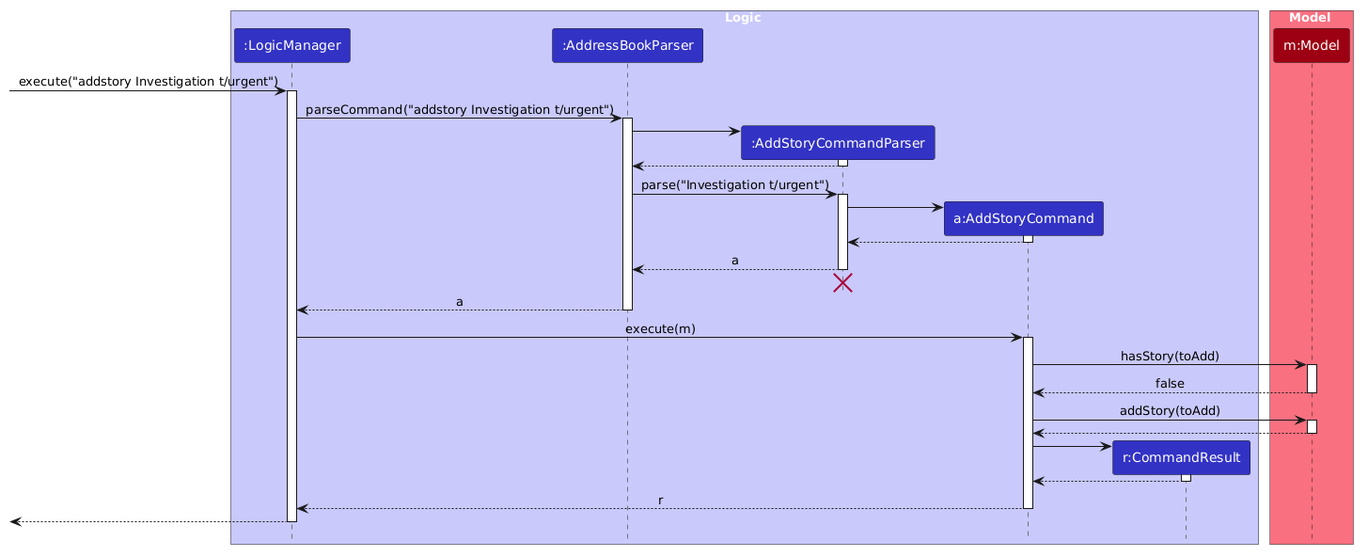
AY2627S1-CS2103T-T13-3/tp keeps this PlantUML diagram as docs/images/AddStorySequenceDiagram.png. Above is the earlier version. Source of this version:
```plantuml
@startuml



!define UI_COLOR #1D8900
!define UI_COLOR_T1 #83E769
!define UI_COLOR_T2 #3FC71B
!define UI_COLOR_T3 #166800
!define UI_COLOR_T4 #0E4100

!define LOGIC_COLOR #3333C4
!define LOGIC_COLOR_T1 #C8C8FA
!define LOGIC_COLOR_T2 #6A6ADC
!define LOGIC_COLOR_T3 #1616B0
!define LOGIC_COLOR_T4 #101086

!define MODEL_COLOR #9D0012
!define MODEL_COLOR_T1 #F97181
!define MODEL_COLOR_T2 #E41F36
!define MODEL_COLOR_T3 #7B000E
!define MODEL_COLOR_T4 #51000A

!define STORAGE_COLOR #A38300
!define STORAGE_COLOR_T1 #FFE374
!define STORAGE_COLOR_T2 #EDC520
!define STORAGE_COLOR_T3 #806600
!define STORAGE_COLOR_T2 #544400

!define USER_COLOR #000000

skinparam Package {
    BackgroundColor #FFFFFF
    BorderThickness 1
    FontSize 16
}

skinparam Class {
    FontColor #FFFFFF
    FontSize 15
    BorderThickness 1
    BorderColor #FFFFFF
    StereotypeFontColor #FFFFFF
    FontName Arial
}

skinparam Actor {
    BorderColor USER_COLOR
    Color USER_COLOR
    FontName Arial
}

skinparam Sequence {
    MessageAlign center
    BoxFontSize 15
    BoxPadding 0
    BoxFontColor #FFFFFF
    FontName Arial
}

skinparam Participant {
    FontColor #FFFFFFF
    Padding 20
}

skinparam ArrowFontStyle bold
skinparam MinClassWidth 50
<style>
sequenceDiagram {
    participant {
        Padding 10
    }
}
</style>
skinparam Shadowing false
skinparam DefaultTextAlignment center
skinparam packageStyle Rectangle

hide footbox
hide members
hide circle

skinparam ArrowFontStyle plain

box Logic LOGIC_COLOR_T1
participant ":LogicManager" as LogicManager LOGIC_COLOR
participant ":AddressBookParser" as AddressBookParser LOGIC_COLOR
participant ":AddStoryCommandParser" as AddStoryCommandParser LOGIC_COLOR
participant "a:AddStoryCommand" as AddStoryCommand LOGIC_COLOR
participant "r:CommandResult" as CommandResult LOGIC_COLOR
end box

box Model MODEL_COLOR_T1
participant "m:Model" as Model MODEL_COLOR
end box

[-> LogicManager : execute("addstory Investigation t/urgent")
activate LogicManager

LogicManager -> AddressBookParser : parseCommand("addstory Investigation t/urgent")
activate AddressBookParser

create AddStoryCommandParser
AddressBookParser -> AddStoryCommandParser
activate AddStoryCommandParser

AddStoryCommandParser --> AddressBookParser
deactivate AddStoryCommandParser

AddressBookParser -> AddStoryCommandParser : parse("Investigation t/urgent")
activate AddStoryCommandParser

create AddStoryCommand
AddStoryCommandParser -> AddStoryCommand
activate AddStoryCommand

AddStoryCommand --> AddStoryCommandParser :
deactivate AddStoryCommand

AddStoryCommandParser --> AddressBookParser : a
deactivate AddStoryCommandParser
AddStoryCommandParser -[hidden]-> AddressBookParser
destroy AddStoryCommandParser

AddressBookParser --> LogicManager : a
deactivate AddressBookParser

LogicManager -> AddStoryCommand : execute(m)
activate AddStoryCommand

AddStoryCommand -> Model : hasStory(toAdd)
activate Model

Model --> AddStoryCommand : false
deactivate Model

AddStoryCommand -> Model : addStory(toAdd)
activate Model

Model --> AddStoryCommand
deactivate Model

create CommandResult
AddStoryCommand -> CommandResult
activate CommandResult

CommandResult --> AddStoryCommand
deactivate CommandResult

AddStoryCommand --> LogicManager : r
deactivate AddStoryCommand

[<--LogicManager
deactivate LogicManager
@enduml
```
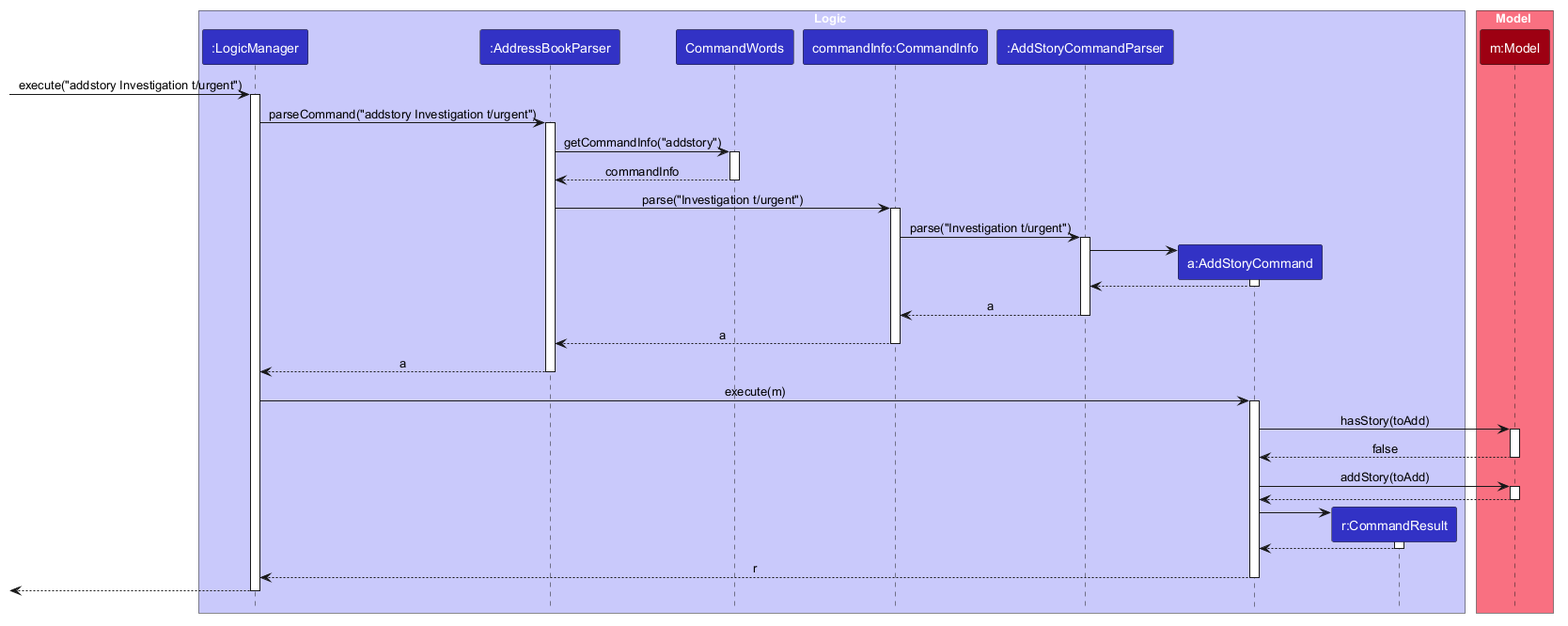
After the change.

The edit, as a diff of the source:
```diff
@@ -1,89 +1,12 @@
 @startuml
-
-
-
-!define UI_COLOR #1D8900
-!define UI_COLOR_T1 #83E769
-!define UI_COLOR_T2 #3FC71B
-!define UI_COLOR_T3 #166800
-!define UI_COLOR_T4 #0E4100
-
-!define LOGIC_COLOR #3333C4
-!define LOGIC_COLOR_T1 #C8C8FA
-!define LOGIC_COLOR_T2 #6A6ADC
-!define LOGIC_COLOR_T3 #1616B0
-!define LOGIC_COLOR_T4 #101086
-
-!define MODEL_COLOR #9D0012
-!define MODEL_COLOR_T1 #F97181
-!define MODEL_COLOR_T2 #E41F36
-!define MODEL_COLOR_T3 #7B000E
-!define MODEL_COLOR_T4 #51000A
-
-!define STORAGE_COLOR #A38300
-!define STORAGE_COLOR_T1 #FFE374
-!define STORAGE_COLOR_T2 #EDC520
-!define STORAGE_COLOR_T3 #806600
-!define STORAGE_COLOR_T2 #544400
-
-!define USER_COLOR #000000
-
-skinparam Package {
-    BackgroundColor #FFFFFF
-    BorderThickness 1
-    FontSize 16
-}
-
-skinparam Class {
-    FontColor #FFFFFF
-    FontSize 15
-    BorderThickness 1
-    BorderColor #FFFFFF
-    StereotypeFontColor #FFFFFF
-    FontName Arial
-}
-
-skinparam Actor {
-    BorderColor USER_COLOR
-    Color USER_COLOR
-    FontName Arial
-}
-
-skinparam Sequence {
-    MessageAlign center
-    BoxFontSize 15
-    BoxPadding 0
-    BoxFontColor #FFFFFF
-    FontName Arial
-}
-
-skinparam Participant {
-    FontColor #FFFFFFF
-    Padding 20
-}
-
-skinparam ArrowFontStyle bold
-skinparam MinClassWidth 50
-<style>
-sequenceDiagram {
-    participant {
-        Padding 10
-    }
-}
-</style>
-skinparam Shadowing false
-skinparam DefaultTextAlignment center
-skinparam packageStyle Rectangle
-
-hide footbox
-hide members
-hide circle
-
+!include style.puml
 skinparam ArrowFontStyle plain
 
 box Logic LOGIC_COLOR_T1
 participant ":LogicManager" as LogicManager LOGIC_COLOR
 participant ":AddressBookParser" as AddressBookParser LOGIC_COLOR
+participant "CommandWords" as CommandWords LOGIC_COLOR
+participant "commandInfo:CommandInfo" as CommandInfo LOGIC_COLOR
 participant ":AddStoryCommandParser" as AddStoryCommandParser LOGIC_COLOR
 participant "a:AddStoryCommand" as AddStoryCommand LOGIC_COLOR
 participant "r:CommandResult" as CommandResult LOGIC_COLOR
@@ -99,14 +22,16 @@
 LogicManager -> AddressBookParser : parseCommand("addstory Investigation t/urgent")
 activate AddressBookParser
 
-create AddStoryCommandParser
-AddressBookParser -> AddStoryCommandParser
-activate AddStoryCommandParser
+AddressBookParser -> CommandWords : getCommandInfo("addstory")
+activate CommandWords
 
-AddStoryCommandParser --> AddressBookParser
-deactivate AddStoryCommandParser
+CommandWords --> AddressBookParser : commandInfo
+deactivate CommandWords
 
-AddressBookParser -> AddStoryCommandParser : parse("Investigation t/urgent")
+AddressBookParser -> CommandInfo : parse("Investigation t/urgent")
+activate CommandInfo
+
+CommandInfo -> AddStoryCommandParser : parse("Investigation t/urgent")
 activate AddStoryCommandParser
 
 create AddStoryCommand
@@ -116,10 +41,11 @@
 AddStoryCommand --> AddStoryCommandParser :
 deactivate AddStoryCommand
 
-AddStoryCommandParser --> AddressBookParser : a
+AddStoryCommandParser --> CommandInfo : a
 deactivate AddStoryCommandParser
-AddStoryCommandParser -[hidden]-> AddressBookParser
-destroy AddStoryCommandParser
+
+CommandInfo --> AddressBookParser : a
+deactivate CommandInfo
 
 AddressBookParser --> LogicManager : a
 deactivate AddressBookParser
```
